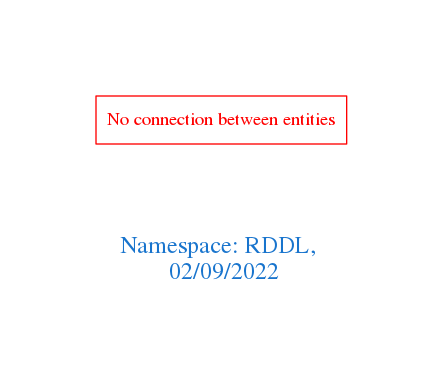
This is downloads/RDDL.png from arago/OGIT, a Graphviz export, as it was before one commit. Its source is kept beside it as downloads/RDDL.dot.
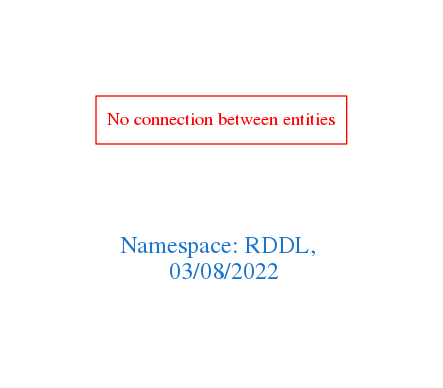
After the commit.

The edit, as a diff of the source:
```diff
@@ -1,7 +1,7 @@
 digraph OGIT_ontology {
  graph [ rankdir= LR,pad=1
 fontsize = 18,
-fontcolor= dodgerblue3,label = "\n\n\nNamespace: RDDL, \n 02/09/2022"];
+fontcolor= dodgerblue3,label = "\n\n\nNamespace: RDDL, \n 03/08/2022"];
 node[shape=polygon];
 edge [  color="gray81"];
 
```
